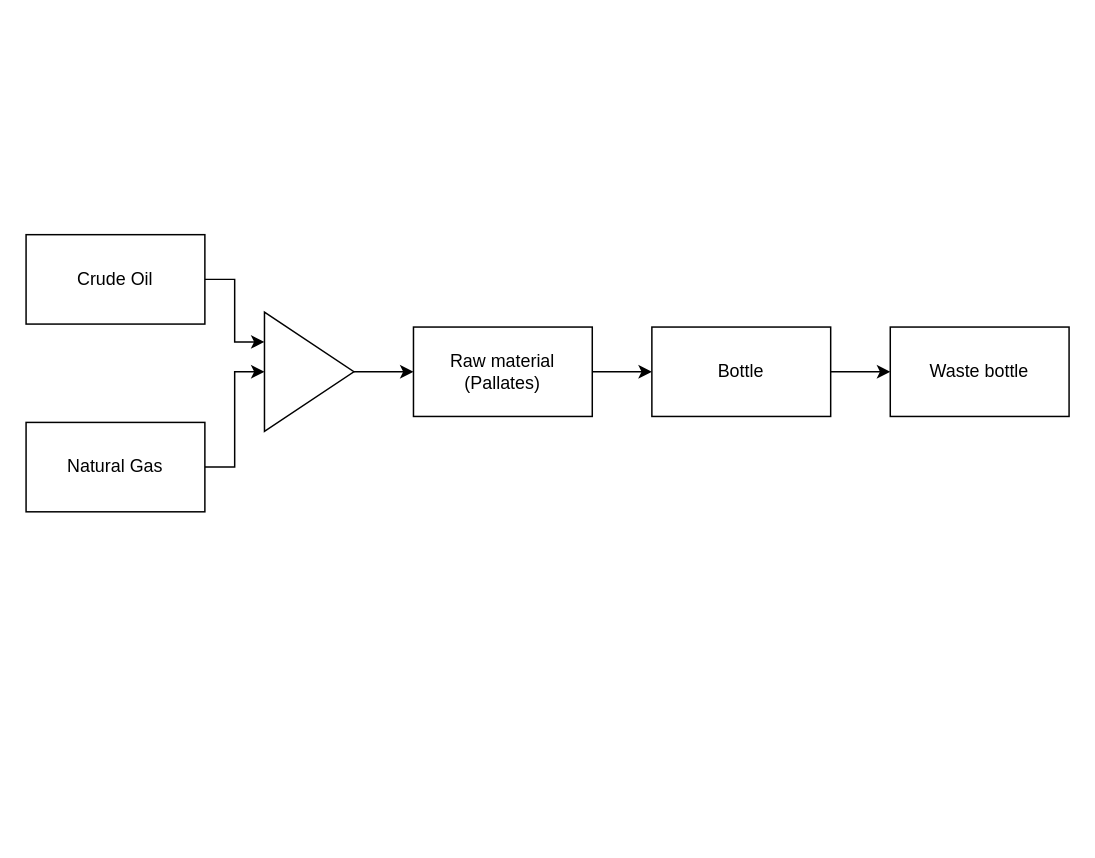
This is Untitled Diagram.drawio from AwaleSajil/drawable, a draw.io file, before an edit. Source tidied: cells renumbered, new cells numbered last; positions are measured from the earlier drawing's top-left corner, leaving out a move shared by most shapes. Both pictures are drawn from the tidied source at 149%, with x=0, y=0 at pixel (25, 234). Pictures stored in the file or linked from it are replaced by grey dashed boxes.
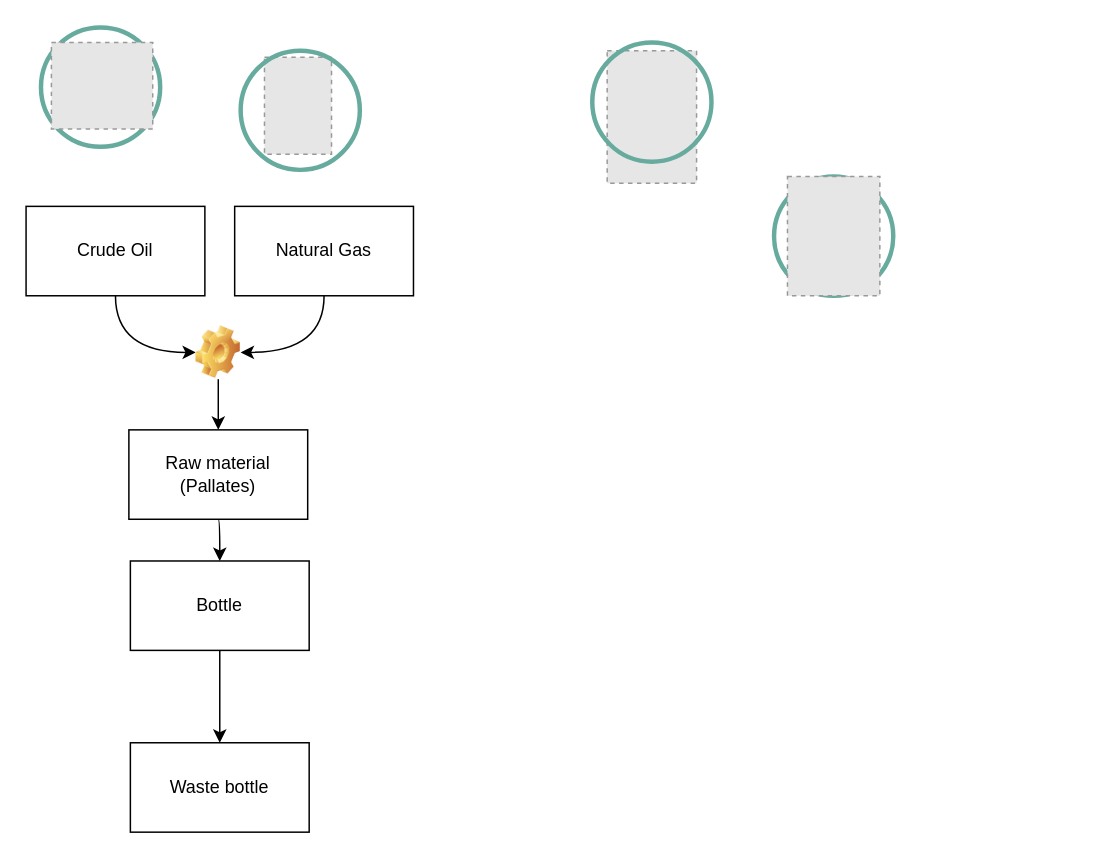
After the change.

Diff of the diagram source:
```diff
@@
-    <mxCell id="2" style="edgeStyle=orthogonalEdgeStyle;rounded=0;jettySize=auto;html=1;exitX=1;exitY=0.5;exitDx=0;exitDy=0;entryX=0;entryY=0.25;entryDx=0;entryDy=0;" parent="1" edge="1" source="3" target="7">
-      <mxGeometry relative="1" as="geometry" />
-    </mxCell>
+    <mxCell id="13" style="ellipse;whiteSpace=wrap;html=1;fillColor=none;strokeColor=#67AB9F;strokeWidth=3;" parent="1" vertex="1">
+      <mxGeometry x="10" y="-139" width="80" height="80" as="geometry" />
+    </mxCell>
+    <mxCell id="14" style="edgeStyle=orthogonalEdgeStyle;curved=1;jettySize=auto;html=1;exitX=0.5;exitY=1;exitDx=0;exitDy=0;entryX=0;entryY=0.5;entryDx=0;entryDy=0;strokeColor=#000000;" parent="1" edge="1" source="3" target="17">
+      <mxGeometry relative="1" as="geometry" />
+    </mxCell>
     <mxCell id="3" value="Crude Oil" style="rounded=0;whiteSpace=wrap;html=1;" parent="1" vertex="1">
-      <mxGeometry width="120" height="60" as="geometry" />
+      <mxGeometry y="-19" width="120" height="60" as="geometry" />
     </mxCell>
-    <mxCell id="4" style="edgeStyle=orthogonalEdgeStyle;rounded=0;jettySize=auto;html=1;exitX=1;exitY=0.5;exitDx=0;exitDy=0;entryX=0;entryY=0.5;entryDx=0;entryDy=0;" parent="1" edge="1" source="5" target="7">
-      <mxGeometry relative="1" as="geometry" />
-    </mxCell>
+    <mxCell id="15" style="edgeStyle=orthogonalEdgeStyle;curved=1;jettySize=auto;html=1;exitX=0.5;exitY=1;exitDx=0;exitDy=0;entryX=1;entryY=0.5;entryDx=0;entryDy=0;strokeColor=#000000;" parent="1" edge="1" source="5" target="17">
+      <mxGeometry relative="1" as="geometry" />
+    </mxCell>
     <mxCell id="5" value="Natural Gas" style="rounded=0;whiteSpace=wrap;html=1;" parent="1" vertex="1">
-      <mxGeometry y="126" width="120" height="60" as="geometry" />
+      <mxGeometry x="140" y="-19" width="120" height="60" as="geometry" />
     </mxCell>
-    <mxCell id="6" style="edgeStyle=orthogonalEdgeStyle;rounded=0;jettySize=auto;html=1;exitX=1;exitY=0.5;exitDx=0;exitDy=0;entryX=0;entryY=0.5;entryDx=0;entryDy=0;" parent="1" edge="1" source="7" target="9">
-      <mxGeometry relative="1" as="geometry" />
-    </mxCell>
-    <mxCell id="7" style="triangle;whiteSpace=wrap;html=1;" parent="1" vertex="1">
-      <mxGeometry x="160" y="52" width="60" height="80" as="geometry" />
-    </mxCell>
-    <mxCell id="8" style="edgeStyle=orthogonalEdgeStyle;rounded=0;jettySize=auto;html=1;exitX=1;exitY=0.5;exitDx=0;exitDy=0;" parent="1" edge="1" source="9" target="11">
+    <mxCell id="8" style="edgeStyle=orthogonalEdgeStyle;curved=1;jettySize=auto;html=1;exitX=0.5;exitY=1;exitDx=0;exitDy=0;entryX=0.5;entryY=0;entryDx=0;entryDy=0;strokeColor=#000000;" parent="1" edge="1" source="9" target="11">
       <mxGeometry relative="1" as="geometry" />
     </mxCell>
     <mxCell id="9" value="Raw material&lt;br&gt;(Pallates)" style="rounded=0;whiteSpace=wrap;html=1;" parent="1" vertex="1">
-      <mxGeometry x="260" y="62" width="120" height="60" as="geometry" />
+      <mxGeometry x="69" y="131" width="120" height="60" as="geometry" />
     </mxCell>
-    <mxCell id="10" style="edgeStyle=orthogonalEdgeStyle;rounded=0;jettySize=auto;html=1;exitX=1;exitY=0.5;exitDx=0;exitDy=0;entryX=0;entryY=0.5;entryDx=0;entryDy=0;" parent="1" edge="1" source="11" target="12">
+    <mxCell id="10" style="edgeStyle=orthogonalEdgeStyle;curved=1;jettySize=auto;html=1;exitX=0.5;exitY=1;exitDx=0;exitDy=0;strokeColor=#000000;" parent="1" edge="1" source="11" target="12">
       <mxGeometry relative="1" as="geometry" />
     </mxCell>
     <mxCell id="11" value="Bottle" style="rounded=0;whiteSpace=wrap;html=1;" parent="1" vertex="1">
-      <mxGeometry x="420" y="62" width="120" height="60" as="geometry" />
+      <mxGeometry x="70" y="219" width="120" height="60" as="geometry" />
     </mxCell>
     <mxCell id="12" value="Waste bottle" style="rounded=0;whiteSpace=wrap;html=1;" parent="1" vertex="1">
-      <mxGeometry x="580" y="62" width="120" height="60" as="geometry" />
+      <mxGeometry x="70" y="341" width="120" height="60" as="geometry" />
     </mxCell>
+    <mxCell id="16" style="edgeStyle=orthogonalEdgeStyle;curved=1;jettySize=auto;html=1;exitX=0.5;exitY=1;exitDx=0;exitDy=0;entryX=0.5;entryY=0;entryDx=0;entryDy=0;strokeColor=#000000;" parent="1" edge="1" source="17" target="9">
+      <mxGeometry relative="1" as="geometry" />
+    </mxCell>
+    <mxCell id="17" style="shape=image;html=1;verticalLabelPosition=bottom;labelBackgroundColor=#ffffff;verticalAlign=top;imageAspect=1;image=img/clipart/Gear_128x128.png;" parent="1" vertex="1">
+      <mxGeometry x="114" y="61" width="30" height="36" as="geometry" />
+    </mxCell>
+    <mxCell id="18" style="fillColor=#E6E6E6;strokeColor=#999999;dashed=1;verticalLabelPosition=bottom;labelBackgroundColor=#ffffff;verticalAlign=top;" parent="1" vertex="1">
+      <mxGeometry x="17" y="-129" width="68" height="58" as="geometry" />
+    </mxCell>
+    <mxCell id="19" style="fillColor=#E6E6E6;strokeColor=#999999;dashed=1;verticalLabelPosition=bottom;labelBackgroundColor=#ffffff;verticalAlign=top;" parent="1" vertex="1">
+      <mxGeometry x="160" y="-119" width="45" height="65" as="geometry" />
+    </mxCell>
+    <mxCell id="20" style="ellipse;whiteSpace=wrap;html=1;fillColor=none;strokeColor=#67AB9F;strokeWidth=3;" parent="1" vertex="1">
+      <mxGeometry x="144" y="-123.5" width="80" height="80" as="geometry" />
+    </mxCell>
+    <mxCell id="21" style="fillColor=#E6E6E6;strokeColor=#999999;dashed=1;verticalLabelPosition=bottom;labelBackgroundColor=#ffffff;verticalAlign=top;" parent="1" vertex="1">
+      <mxGeometry x="390" y="-123.5" width="60" height="89" as="geometry" />
+    </mxCell>
+    <mxCell id="22" style="ellipse;whiteSpace=wrap;html=1;fillColor=none;strokeColor=#67AB9F;strokeWidth=3;" parent="1" vertex="1">
+      <mxGeometry x="380" y="-129" width="80" height="80" as="geometry" />
+    </mxCell>
+    <mxCell id="23" style="ellipse;whiteSpace=wrap;html=1;fillColor=none;strokeColor=#67AB9F;strokeWidth=3;" parent="1" vertex="1">
+      <mxGeometry x="502" y="-39" width="80" height="80" as="geometry" />
+    </mxCell>
+    <mxCell id="24" style="fillColor=#E6E6E6;strokeColor=#999999;dashed=1;verticalLabelPosition=bottom;labelBackgroundColor=#ffffff;verticalAlign=top;" parent="1" vertex="1">
+      <mxGeometry x="511" y="-39" width="62" height="80" as="geometry" />
+    </mxCell>
```
